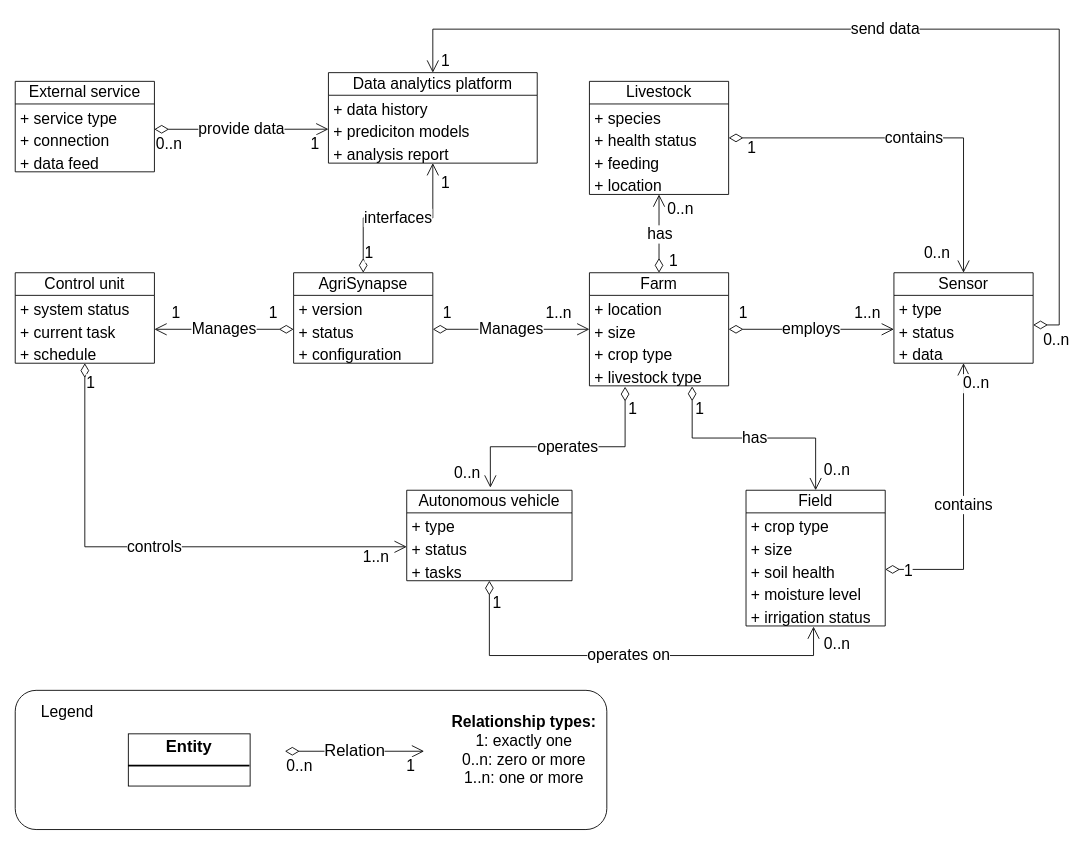
Before: domain_model.drawio in hakotaco/sa-g3, a draw.io diagram. Source tidied: cells renumbered, new cells numbered last; positions are measured from the earlier drawing's top-left corner, leaving out a move shared by most shapes. Both pictures are drawn from the tidied source at 87%, with x=0, y=0 at pixel (15, 29).
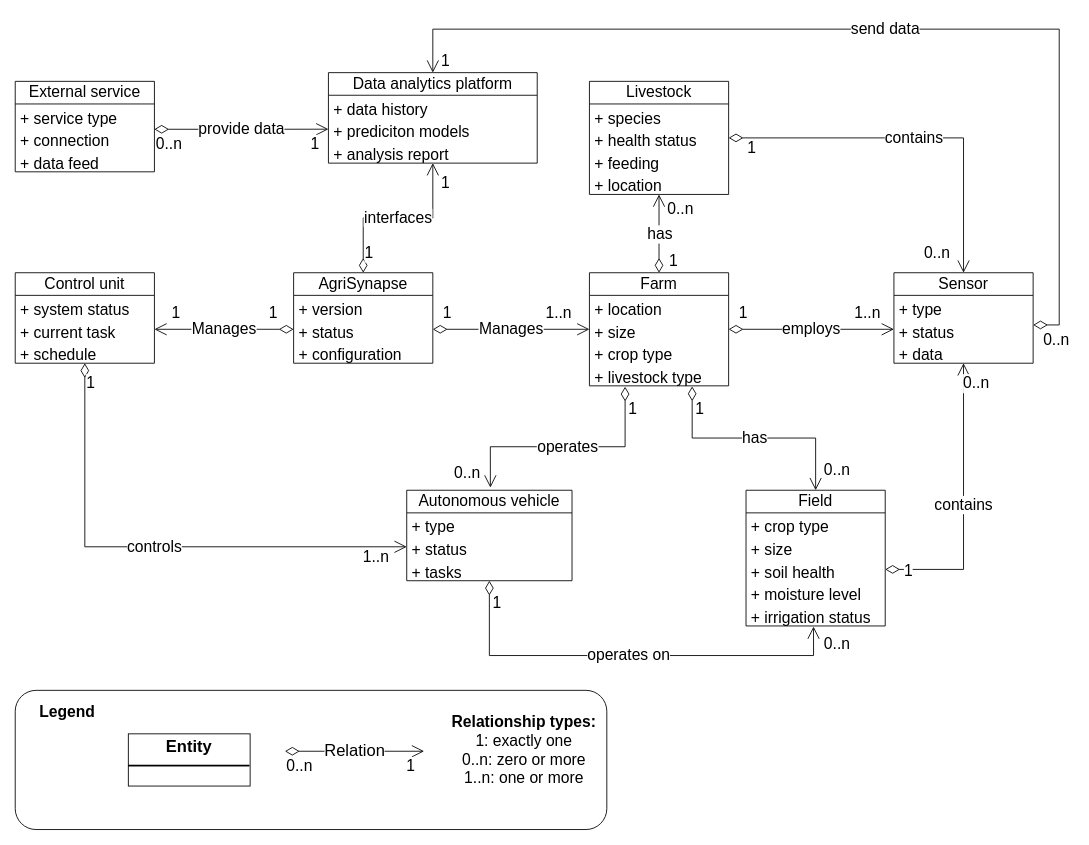
The same diagram, later.

Diff of the diagram source:
```diff
@@
-    <mxCell id="82" value="&lt;font style=&quot;font-size: 18px;&quot;&gt;Legend&lt;/font&gt;" style="text;html=1;align=center;verticalAlign=middle;whiteSpace=wrap;rounded=0;" parent="1" vertex="1">
+    <mxCell id="82" value="&lt;font style=&quot;font-size: 18px;&quot;&gt;Legend&lt;/font&gt;" style="text;html=1;align=center;verticalAlign=middle;whiteSpace=wrap;rounded=0;fontStyle=1;" parent="1" vertex="1">
       <mxGeometry x="30" y="770" width="60" height="30" as="geometry" />
     </mxCell>
```
